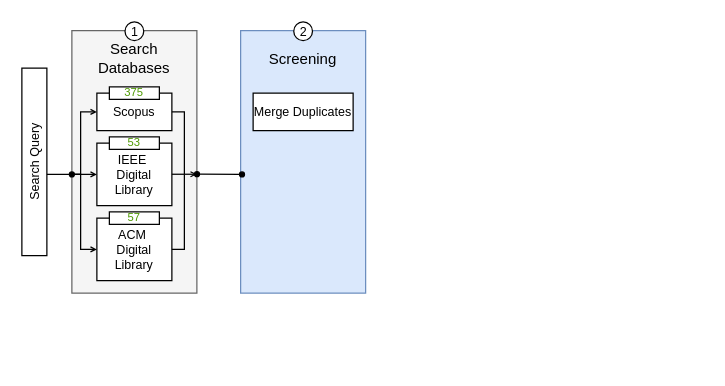
Above: page "Seite-2" (2 of 2) of SMS Conduction diagramm.drawio in mhecktor/draw.io (draw.io), before the change. Source tidied: cells renumbered, new cells numbered last; positions are measured from the earlier drawing's top-left corner, leaving out a move shared by most shapes. Both pictures are drawn from the tidied source at 125%, with x=0, y=0 at pixel (-60, 21).
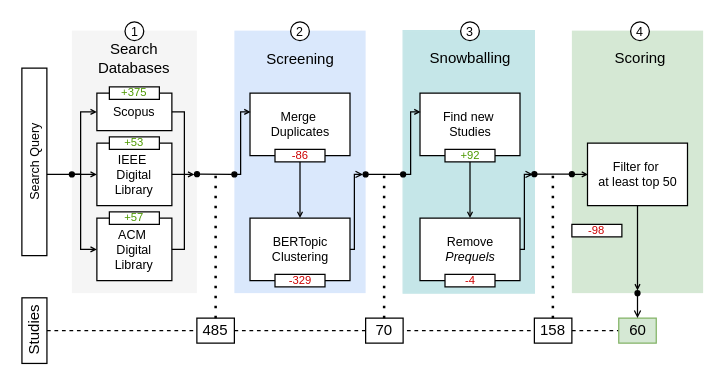
After the change.

Commit message:
SMS Conduction diagramm aktualisiert

Diff of the diagram source:
```diff
@@
+    <mxCell id="24" style="rounded=0;whiteSpace=wrap;html=1;strokeColor=none;fillColor=#d5e8d4;fontSize=10;" parent="1" vertex="1">
+      <mxGeometry x="505" y="7" width="105" height="210" as="geometry" />
+    </mxCell>
+    <mxCell id="25" style="rounded=0;whiteSpace=wrap;html=1;strokeColor=#C5E6E8;fillColor=#C5E6E8;fontSize=10;" parent="1" vertex="1">
+      <mxGeometry x="370" y="7" width="105" height="210" as="geometry" />
+    </mxCell>
-    <mxCell id="2" style="rounded=0;whiteSpace=wrap;html=1;strokeColor=#666666;fillColor=#f5f5f5;fontColor=#333333;" parent="1" vertex="1">
+    <mxCell id="2" style="rounded=0;whiteSpace=wrap;html=1;strokeColor=none;fillColor=#f5f5f5;fontColor=#333333;" parent="1" vertex="1">
       <mxGeometry x="105" y="7" width="100" height="210" as="geometry" />
     </mxCell>
@@
-    <mxCell id="11" style="rounded=0;whiteSpace=wrap;html=1;strokeColor=#6c8ebf;fillColor=#dae8fc;fontSize=10;" parent="1" vertex="1">
-      <mxGeometry x="240" y="7" width="100" height="210" as="geometry" />
+    <mxCell id="11" style="rounded=0;whiteSpace=wrap;html=1;strokeColor=none;fillColor=#dae8fc;fontSize=10;" parent="1" vertex="1">
+      <mxGeometry x="235" y="7" width="105" height="210" as="geometry" />
     </mxCell>
+    <mxCell id="26" style="edgeStyle=orthogonalEdgeStyle;rounded=0;jettySize=auto;html=1;entryX=0.5;entryY=0;entryDx=0;entryDy=0;endSize=3;endArrow=open;endFill=0;" parent="1" edge="1" source="12" target="31">
+      <mxGeometry relative="1" as="geometry" />
+    </mxCell>
-    <mxCell id="12" value="Merge Duplicates" style="rounded=0;whiteSpace=wrap;html=1;fontSize=10;" parent="1" vertex="1">
-      <mxGeometry x="250" y="57" width="80" height="30" as="geometry" />
+    <mxCell id="12" value="&lt;div&gt;Merge&amp;nbsp;&lt;/div&gt;&lt;div&gt;Duplicates&lt;/div&gt;" style="rounded=0;whiteSpace=wrap;html=1;fontSize=10;" parent="1" vertex="1">
+      <mxGeometry x="247.5" y="57" width="80" height="50" as="geometry" />
     </mxCell>
     <mxCell id="13" value="2" style="ellipse;whiteSpace=wrap;html=1;fontSize=10;" parent="1" vertex="1">
-      <mxGeometry x="282.5" width="15" height="15" as="geometry" />
+      <mxGeometry x="280" width="15" height="15" as="geometry" />
     </mxCell>
     <mxCell id="14" value="Screening" style="text;html=1;whiteSpace=wrap;strokeColor=none;fillColor=none;align=center;verticalAlign=middle;rounded=0;fontSize=12;" parent="1" vertex="1">
-      <mxGeometry x="260" y="15" width="60" height="30" as="geometry" />
+      <mxGeometry x="257.5" y="15" width="60" height="30" as="geometry" />
     </mxCell>
@@
-    <mxCell id="17" style="endArrow=oval;html=1;rounded=0;entryX=0.011;entryY=0.548;entryDx=0;entryDy=0;entryPerimeter=0;exitX=1.001;exitY=0.547;exitDx=0;exitDy=0;exitPerimeter=0;startArrow=oval;startFill=1;endFill=1;startSize=4;endSize=4;fontSize=10;" parent="1" edge="1" source="2" target="11">
-      <mxGeometry relative="1" as="geometry" />
+    <mxCell id="17" style="endArrow=oval;html=1;rounded=0;exitX=1.001;exitY=0.547;exitDx=0;exitDy=0;exitPerimeter=0;startArrow=oval;startFill=1;endFill=1;startSize=4;endSize=4;fontSize=10;" parent="1" edge="1" source="2">
+      <mxGeometry relative="1" as="geometry">
+        <mxPoint x="235" y="122" as="targetPoint" />
+      </mxGeometry>
     </mxCell>
-    <mxCell id="18" style="edgeStyle=orthogonalEdgeStyle;rounded=0;orthogonalLoop=1;jettySize=auto;html=1;exitX=0;exitY=0.5;exitDx=0;exitDy=0;startArrow=open;startFill=0;endArrow=none;endFill=0;endSize=0;startSize=3;entryX=0;entryY=0.548;entryDx=0;entryDy=0;entryPerimeter=0;fontSize=10;" parent="1" edge="1">
+    <mxCell id="18" style="edgeStyle=orthogonalEdgeStyle;rounded=0;orthogonalLoop=1;jettySize=auto;html=1;startArrow=open;startFill=0;endArrow=none;endFill=0;endSize=0;startSize=3;entryX=0;entryY=0.548;entryDx=0;entryDy=0;entryPerimeter=0;fontSize=10;" parent="1" edge="1">
       <mxGeometry relative="1" as="geometry">
-        <mxPoint x="205" y="121.9" as="sourcePoint" />
+        <mxPoint x="203" y="122" as="sourcePoint" />
         <mxPoint x="185" y="121.9" as="targetPoint" />
       </mxGeometry>
     </mxCell>
@@
-    <mxCell id="21" value="375" style="text;html=1;whiteSpace=wrap;align=center;verticalAlign=middle;rounded=0;fontSize=9;fillColor=#FFFFFF;fontColor=#4D9900;strokeColor=#030303;" parent="1" vertex="1">
+    <mxCell id="21" value="+375" style="text;html=1;whiteSpace=wrap;align=center;verticalAlign=middle;rounded=0;fontSize=9;fillColor=#FFFFFF;fontColor=#4D9900;strokeColor=#030303;" parent="1" vertex="1">
       <mxGeometry x="135" y="52" width="40" height="10" as="geometry" />
     </mxCell>
-    <mxCell id="22" value="53" style="text;html=1;whiteSpace=wrap;align=center;verticalAlign=middle;rounded=0;fontSize=9;fillColor=#FFFFFF;fontColor=#4D9900;strokeColor=#030303;" parent="1" vertex="1">
+    <mxCell id="22" value="+53" style="text;html=1;whiteSpace=wrap;align=center;verticalAlign=middle;rounded=0;fontSize=9;fillColor=#FFFFFF;fontColor=#4D9900;strokeColor=#030303;" parent="1" vertex="1">
       <mxGeometry x="135" y="92" width="40" height="10" as="geometry" />
     </mxCell>
-    <mxCell id="23" value="57" style="text;html=1;whiteSpace=wrap;align=center;verticalAlign=middle;rounded=0;fontSize=9;fillColor=#FFFFFF;fontColor=#4D9900;strokeColor=#030303;" parent="1" vertex="1">
+    <mxCell id="23" value="+57" style="text;html=1;whiteSpace=wrap;align=center;verticalAlign=middle;rounded=0;fontSize=9;fillColor=#FFFFFF;fontColor=#4D9900;strokeColor=#030303;" parent="1" vertex="1">
       <mxGeometry x="135" y="152" width="40" height="10" as="geometry" />
     </mxCell>
+    <mxCell id="27" style="edgeStyle=orthogonalEdgeStyle;rounded=0;jettySize=auto;html=1;exitX=0.5;exitY=1;exitDx=0;exitDy=0;endArrow=none;endFill=0;dashed=1;" parent="1" edge="1" source="28">
+      <mxGeometry relative="1" as="geometry">
+        <mxPoint x="560" y="247" as="targetPoint" />
+        <Array as="points">
+          <mxPoint x="510" y="247" />
+        </Array>
+      </mxGeometry>
+    </mxCell>
+    <mxCell id="28" value="Studies" style="rounded=0;whiteSpace=wrap;html=1;rotation=-90;" parent="1" vertex="1">
+      <mxGeometry x="48.8" y="237" width="52.5" height="20" as="geometry" />
+    </mxCell>
+    <mxCell id="29" value="485" style="rounded=0;whiteSpace=wrap;html=1;" parent="1" vertex="1">
+      <mxGeometry x="205" y="237" width="30" height="20" as="geometry" />
+    </mxCell>
+    <mxCell id="30" style="endArrow=none;dashed=1;html=1;dashPattern=1 3;strokeWidth=2;rounded=0;exitX=0.5;exitY=0;exitDx=0;exitDy=0;" parent="1" edge="1" source="29">
+      <mxGeometry relative="1" as="geometry">
+        <mxPoint x="220" y="117" as="targetPoint" />
+      </mxGeometry>
+    </mxCell>
+    <mxCell id="31" value="BERTopic&lt;br&gt;Clustering" style="rounded=0;whiteSpace=wrap;html=1;fontSize=10;" parent="1" vertex="1">
+      <mxGeometry x="247.5" y="157" width="80" height="50" as="geometry" />
+    </mxCell>
+    <mxCell id="32" style="endArrow=open;html=1;rounded=0;exitX=0.001;exitY=0.549;exitDx=0;exitDy=0;exitPerimeter=0;endSize=3;endFill=0;fontSize=10;" parent="1" edge="1">
+      <mxGeometry relative="1" as="geometry">
+        <mxPoint x="235" y="122" as="sourcePoint" />
+        <mxPoint x="248" y="72" as="targetPoint" />
+        <Array as="points">
+          <mxPoint x="237" y="122" />
+          <mxPoint x="240" y="122" />
+          <mxPoint x="240" y="72" />
+        </Array>
+      </mxGeometry>
+    </mxCell>
+    <mxCell id="33" value="-86" style="text;html=1;whiteSpace=wrap;align=center;verticalAlign=middle;rounded=0;fontSize=9;fillColor=#FFFFFF;fontColor=#CC0000;strokeColor=#030303;" parent="1" vertex="1">
+      <mxGeometry x="267.5" y="102" width="40" height="10" as="geometry" />
+    </mxCell>
+    <mxCell id="34" value="-329" style="text;html=1;whiteSpace=wrap;align=center;verticalAlign=middle;rounded=0;fontSize=9;fillColor=#FFFFFF;fontColor=#CC0000;strokeColor=#030303;" parent="1" vertex="1">
+      <mxGeometry x="267.5" y="202" width="40" height="10" as="geometry" />
+    </mxCell>
+    <mxCell id="35" style="edgeStyle=orthogonalEdgeStyle;rounded=0;orthogonalLoop=1;jettySize=auto;html=1;exitX=1;exitY=0.5;exitDx=0;exitDy=0;endArrow=open;endFill=0;endSize=4;fontSize=10;" parent="1" edge="1">
+      <mxGeometry relative="1" as="geometry">
+        <mxPoint x="327.5" y="182" as="sourcePoint" />
+        <mxPoint x="338" y="122" as="targetPoint" />
+        <Array as="points">
+          <mxPoint x="331" y="182" />
+          <mxPoint x="331" y="122" />
+        </Array>
+      </mxGeometry>
+    </mxCell>
+    <mxCell id="36" style="endArrow=oval;html=1;rounded=0;exitX=1.001;exitY=0.547;exitDx=0;exitDy=0;exitPerimeter=0;startArrow=oval;startFill=1;endFill=1;startSize=4;endSize=4;fontSize=10;" parent="1" edge="1">
+      <mxGeometry relative="1" as="geometry">
+        <mxPoint x="340" y="122" as="sourcePoint" />
+        <mxPoint x="370" y="122" as="targetPoint" />
+      </mxGeometry>
+    </mxCell>
+    <mxCell id="37" value="3" style="ellipse;whiteSpace=wrap;html=1;fontSize=10;" parent="1" vertex="1">
+      <mxGeometry x="416" width="15" height="15" as="geometry" />
+    </mxCell>
+    <mxCell id="38" value="Snowballing" style="text;html=1;whiteSpace=wrap;strokeColor=none;fillColor=none;align=center;verticalAlign=middle;rounded=0;fontSize=12;" parent="1" vertex="1">
+      <mxGeometry x="391.8" y="14" width="63.5" height="30" as="geometry" />
+    </mxCell>
+    <mxCell id="39" style="edgeStyle=orthogonalEdgeStyle;rounded=0;jettySize=auto;html=1;entryX=0.5;entryY=0;entryDx=0;entryDy=0;endSize=3;endArrow=open;endFill=0;" parent="1" edge="1" source="40" target="41">
+      <mxGeometry relative="1" as="geometry" />
+    </mxCell>
+    <mxCell id="40" value="&lt;div&gt;Find new&amp;nbsp;&lt;/div&gt;&lt;div&gt;Studies&lt;/div&gt;" style="rounded=0;whiteSpace=wrap;html=1;fontSize=10;" parent="1" vertex="1">
+      <mxGeometry x="383.5" y="57" width="80" height="50" as="geometry" />
+    </mxCell>
+    <mxCell id="41" value="Remove &lt;i&gt;Prequels&lt;/i&gt;" style="rounded=0;whiteSpace=wrap;html=1;fontSize=10;" parent="1" vertex="1">
+      <mxGeometry x="383.5" y="157" width="80" height="50" as="geometry" />
+    </mxCell>
+    <mxCell id="42" style="endArrow=open;html=1;rounded=0;exitX=0.001;exitY=0.549;exitDx=0;exitDy=0;exitPerimeter=0;endSize=3;endFill=0;fontSize=10;" parent="1" edge="1">
+      <mxGeometry relative="1" as="geometry">
+        <mxPoint x="371" y="122" as="sourcePoint" />
+        <mxPoint x="384" y="72" as="targetPoint" />
+        <Array as="points">
+          <mxPoint x="373" y="122" />
+          <mxPoint x="376" y="122" />
+          <mxPoint x="376" y="72" />
+        </Array>
+      </mxGeometry>
+    </mxCell>
+    <mxCell id="43" value="+92" style="text;html=1;whiteSpace=wrap;align=center;verticalAlign=middle;rounded=0;fontSize=9;fillColor=#FFFFFF;fontColor=#4D9900;strokeColor=#030303;" parent="1" vertex="1">
+      <mxGeometry x="403.5" y="102" width="40" height="10" as="geometry" />
+    </mxCell>
+    <mxCell id="44" value="-4" style="text;html=1;whiteSpace=wrap;align=center;verticalAlign=middle;rounded=0;fontSize=9;fillColor=#FFFFFF;fontColor=#CC0000;strokeColor=#030303;" parent="1" vertex="1">
+      <mxGeometry x="403.5" y="202" width="40" height="10" as="geometry" />
+    </mxCell>
+    <mxCell id="45" style="edgeStyle=orthogonalEdgeStyle;rounded=0;orthogonalLoop=1;jettySize=auto;html=1;exitX=1;exitY=0.5;exitDx=0;exitDy=0;endArrow=open;endFill=0;endSize=4;fontSize=10;" parent="1" edge="1">
+      <mxGeometry relative="1" as="geometry">
+        <mxPoint x="463.5" y="182" as="sourcePoint" />
+        <mxPoint x="474" y="122" as="targetPoint" />
+        <Array as="points">
+          <mxPoint x="467" y="182" />
+          <mxPoint x="467" y="122" />
+        </Array>
+      </mxGeometry>
+    </mxCell>
+    <mxCell id="46" style="endArrow=oval;html=1;rounded=0;exitX=1.001;exitY=0.547;exitDx=0;exitDy=0;exitPerimeter=0;startArrow=oval;startFill=1;endFill=1;startSize=4;endSize=4;fontSize=10;" parent="1" edge="1">
+      <mxGeometry relative="1" as="geometry">
+        <mxPoint x="475" y="121.8" as="sourcePoint" />
+        <mxPoint x="505" y="121.8" as="targetPoint" />
+      </mxGeometry>
+    </mxCell>
+    <mxCell id="47" value="4" style="ellipse;whiteSpace=wrap;html=1;fontSize=10;" parent="1" vertex="1">
+      <mxGeometry x="552" width="15" height="15" as="geometry" />
+    </mxCell>
+    <mxCell id="48" value="Scoring" style="text;html=1;whiteSpace=wrap;strokeColor=none;fillColor=none;align=center;verticalAlign=middle;rounded=0;fontSize=12;" parent="1" vertex="1">
+      <mxGeometry x="527.8" y="14" width="63.5" height="30" as="geometry" />
+    </mxCell>
+    <mxCell id="49" value="&lt;div&gt;Filter for&amp;nbsp;&lt;/div&gt;&lt;div&gt;at least top 50&lt;/div&gt;" style="rounded=0;whiteSpace=wrap;html=1;fontSize=10;" parent="1" vertex="1">
+      <mxGeometry x="517.5" y="97" width="80" height="50" as="geometry" />
+    </mxCell>
+    <mxCell id="50" style="edgeStyle=orthogonalEdgeStyle;rounded=0;orthogonalLoop=1;jettySize=auto;html=1;startArrow=open;startFill=0;endArrow=none;endFill=0;endSize=0;startSize=3;entryX=0;entryY=0.548;entryDx=0;entryDy=0;entryPerimeter=0;fontSize=10;" parent="1" edge="1">
+      <mxGeometry relative="1" as="geometry">
+        <mxPoint x="518" y="122" as="sourcePoint" />
+        <mxPoint x="505" y="122" as="targetPoint" />
+      </mxGeometry>
+    </mxCell>
+    <mxCell id="51" value="-98" style="text;html=1;whiteSpace=wrap;align=center;verticalAlign=middle;rounded=0;fontSize=9;fillColor=#FFFFFF;fontColor=#CC0000;strokeColor=#030303;" parent="1" vertex="1">
+      <mxGeometry x="505" y="162" width="40" height="10" as="geometry" />
+    </mxCell>
+    <mxCell id="52" value="70" style="rounded=0;whiteSpace=wrap;html=1;" parent="1" vertex="1">
+      <mxGeometry x="340" y="237" width="30" height="20" as="geometry" />
+    </mxCell>
+    <mxCell id="53" style="endArrow=none;dashed=1;html=1;dashPattern=1 3;strokeWidth=2;rounded=0;exitX=0.5;exitY=0;exitDx=0;exitDy=0;" parent="1" edge="1">
+      <mxGeometry relative="1" as="geometry">
+        <mxPoint x="354.8" y="237" as="sourcePoint" />
+        <mxPoint x="354.8" y="117" as="targetPoint" />
+      </mxGeometry>
+    </mxCell>
+    <mxCell id="54" value="158" style="rounded=0;whiteSpace=wrap;html=1;" parent="1" vertex="1">
+      <mxGeometry x="475" y="237" width="30" height="20" as="geometry" />
+    </mxCell>
+    <mxCell id="55" style="endArrow=none;dashed=1;html=1;dashPattern=1 3;strokeWidth=2;rounded=0;exitX=0.5;exitY=0;exitDx=0;exitDy=0;" parent="1" edge="1">
+      <mxGeometry relative="1" as="geometry">
+        <mxPoint x="489.8" y="237" as="sourcePoint" />
+        <mxPoint x="489.8" y="117" as="targetPoint" />
+      </mxGeometry>
+    </mxCell>
+    <mxCell id="56" value="60" style="rounded=0;whiteSpace=wrap;html=1;fillColor=#d5e8d4;strokeColor=#82b366;" parent="1" vertex="1">
+      <mxGeometry x="542.5" y="237" width="30" height="20" as="geometry" />
+    </mxCell>
+    <mxCell id="57" style="endArrow=open;html=1;rounded=0;exitX=0.5;exitY=1;exitDx=0;exitDy=0;startArrow=oval;startFill=1;endFill=0;startSize=4;endSize=4;fontSize=10;entryX=0.5;entryY=0;entryDx=0;entryDy=0;" parent="1" edge="1" source="24" target="56">
+      <mxGeometry relative="1" as="geometry" />
+    </mxCell>
+    <mxCell id="58" style="endArrow=open;html=1;rounded=0;exitX=0.5;exitY=1;exitDx=0;exitDy=0;endFill=0;endSize=3;entryX=0.5;entryY=0.99;entryDx=0;entryDy=0;entryPerimeter=0;" parent="1" edge="1" source="49" target="24">
+      <mxGeometry relative="1" as="geometry" />
+    </mxCell>
```
